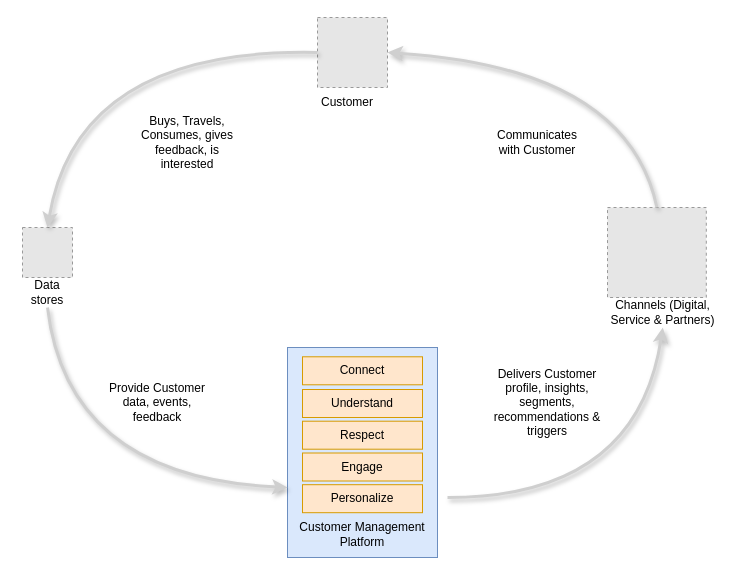
Above: page "CMP_Business_Vision" (4 of 8) of Customer_Mgmt_Platform_Arch_Katas.drawio in S00085/cxp (draw.io), before the change. Source tidied: cells renumbered, new cells numbered last; positions are measured from the earlier drawing's top-left corner, leaving out a move shared by most shapes. Both pictures are drawn from the tidied source at 100%, with x=0, y=0 at pixel (17, 17). Pictures stored in the file or linked from it are replaced by grey dashed boxes.
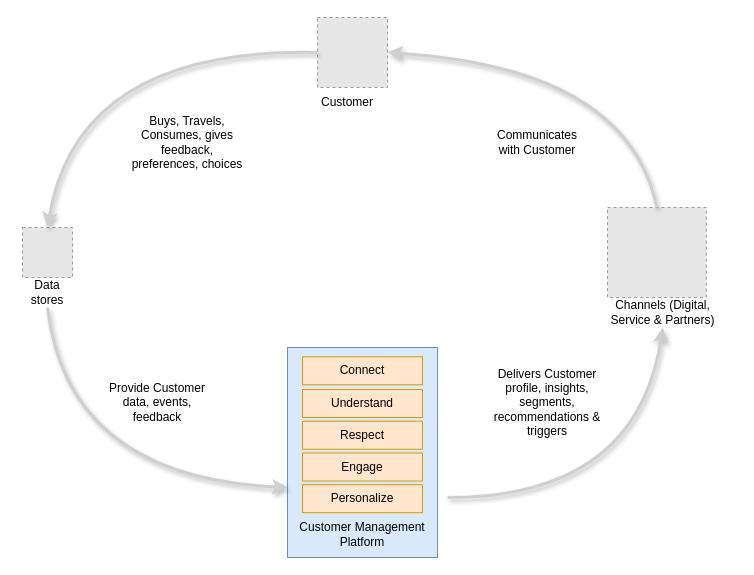
The same diagram, later.

The change refers to these unchanged cells:
```xml
<mxCell id="2" style="group;" parent="1" vertex="1">
  <mxGeometry width="720" height="540" as="geometry" />
</mxCell>
```

Change to the diagram source:
```diff
@@
-    <mxCell id="26" value="Buys, Travels, Consumes, gives feedback, is interested" style="text;html=1;strokeColor=none;fillColor=none;align=center;verticalAlign=middle;whiteSpace=wrap;rounded=0;" parent="2" vertex="1">
+    <mxCell id="26" value="Buys, Travels, Consumes, gives feedback, preferences, choices" style="text;html=1;strokeColor=none;fillColor=none;align=center;verticalAlign=middle;whiteSpace=wrap;rounded=0;" parent="2" vertex="1">
       <mxGeometry x="110" y="110" width="120" height="30" as="geometry" />
     </mxCell>
```
